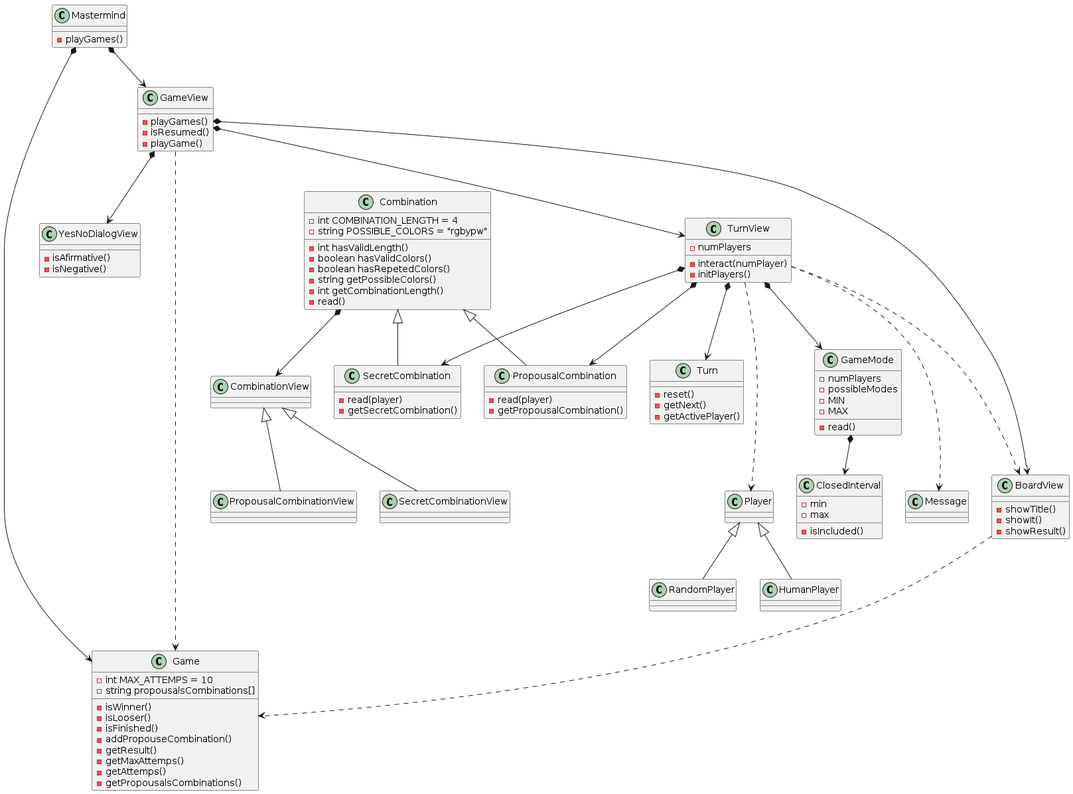
Above: doc/img/mastermind_clases_despacho.png in garmitano/MasterPyD---Games (PlantUML), before the change.
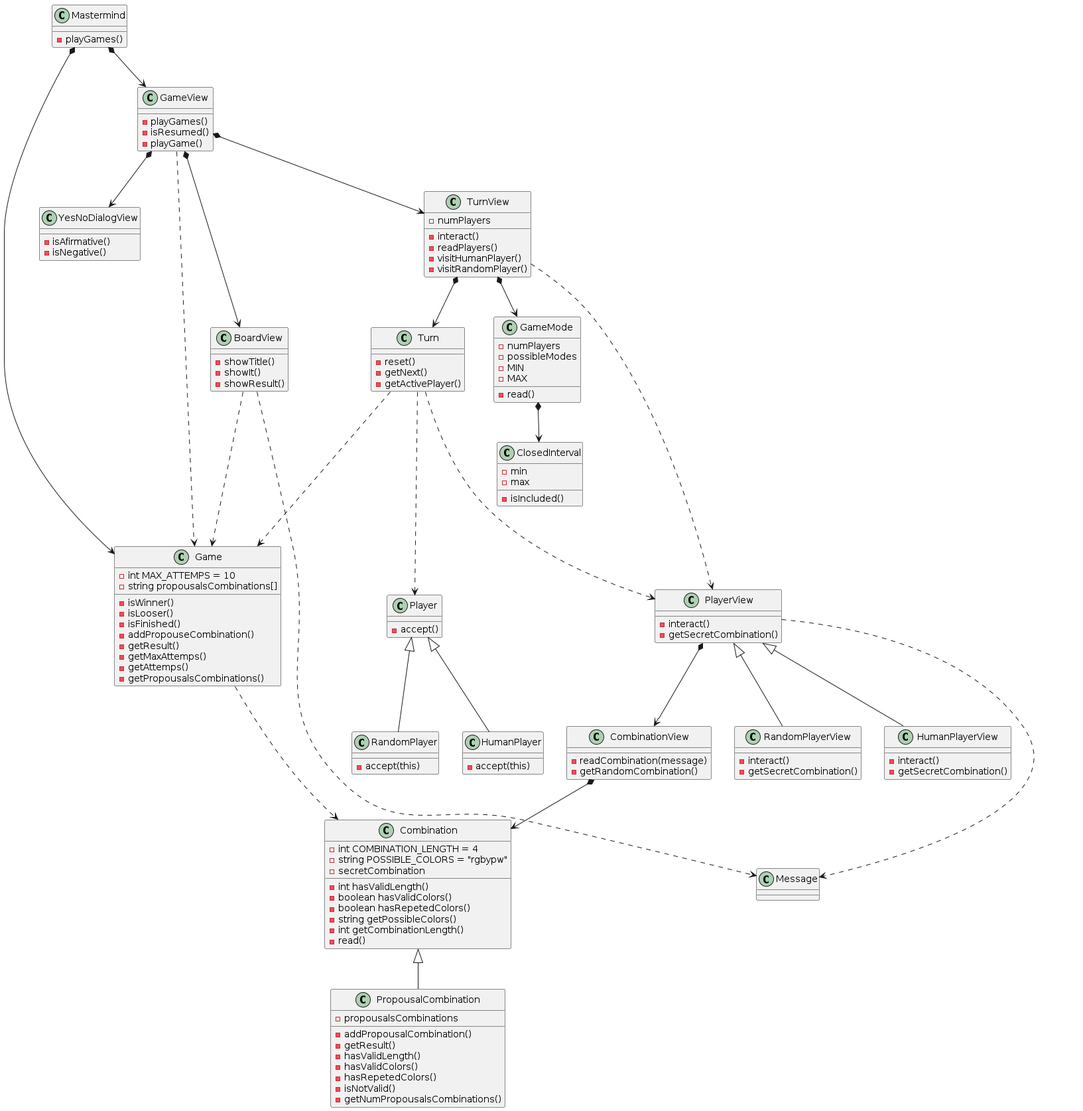
Above is the later version.

Commit message:
feat: se completo el funcionamiento inicialde la vista, queda terminar el modelo, fix: se corrigio el giagrama uml

Diff of the diagram source:
```diff
@@ -25,8 +25,10 @@
 
 class TurnView{
     - numPlayers
-    - interact(numPlayer)
-    - initPlayers()
+    - interact()
+    - readPlayers()
+    - visitHumanPlayer()
+    - visitRandomPlayer()
 }
 
 class Turn{
@@ -65,29 +67,53 @@
 class Combination{
     - int COMBINATION_LENGTH = 4
     - string POSSIBLE_COLORS = "rgbypw"
+    - secretCombination
     - int hasValidLength()
     - boolean hasValidColors()
     - boolean hasRepetedColors()
     - string getPossibleColors()
     - int getCombinationLength()
     - read()
+}
 
+class PropousalCombination{
+    - propousalsCombinations
+    - addPropousalCombination()
+    - getResult()
+    - hasValidLength()
+    - hasValidColors()
+    - hasRepetedColors()
+    - isNotValid()
+    - getNumPropousalsCombinations()
 }
-class CombinationView{}
-class PropousalCombinationView{}
-class SecretCombinationView{}
-class SecretCombination{
-    - read(player)
+
+class CombinationView{
+    - readCombination(message)
+    - getRandomCombination()
+}
+
+class Player{
+    - accept()
+}
+class RandomPlayer{
+    - accept(this)
+}
+class HumanPlayer{
+    - accept(this)
+}
+
+class PlayerView{
+    - interact()
     - getSecretCombination()
 }
-class PropousalCombination{
-    - read(player)
-    - getPropousalCombination()
+class RandomPlayerView{
+    - interact()
+    - getSecretCombination()
 }
-
-class Player{}
-class RandomPlayer{}
-class HumanPlayer{}
+class HumanPlayerView{
+    - interact()
+    - getSecretCombination()
+}
 
 Mastermind *-down-> GameView
 Mastermind *-down-> Game
@@ -97,25 +123,29 @@
 GameView .-down-> Game
 GameView *-down-> YesNoDialogView
 
+Game .-down-> Combination
+
 TurnView *-down-> Turn
-TurnView .-down-> BoardView
+TurnView .-down-> PlayerView
 TurnView *-down-> GameMode
-TurnView *-down-> PropousalCombination
-TurnView *-down-> SecretCombination
-TurnView .-down-> Player
-TurnView .-down-> Message
+
+Turn .-down-> Player
+Turn .-down-> PlayerView
+Turn .-down-> Game
 
 BoardView .-down-> Game
+BoardView .-down-> Message
 
 Player <|-down- RandomPlayer
 Player <|-down- HumanPlayer
 
-Combination <|-down- SecretCombination
+PlayerView <|-down- RandomPlayerView
+PlayerView <|-down- HumanPlayerView
+PlayerView *-down-> CombinationView
+PlayerView .-down-> Message
+
 Combination <|-down- PropousalCombination
-Combination *-down-> CombinationView
-
-CombinationView <|-down- PropousalCombinationView
-CombinationView <|-down- SecretCombinationView
+CombinationView *-down-> Combination
 
 GameMode *-down-> ClosedInterval
 @enduml
```
